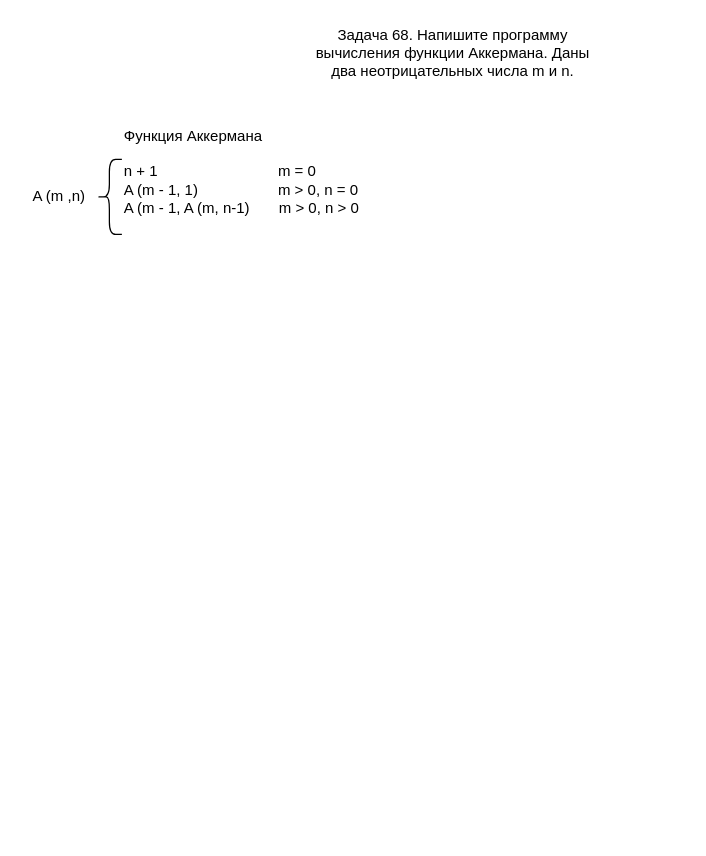
Earlier version of the draw.io diagram ex68/diag68.drawio (RomanenkoElena/Homework9). Source tidied: cells renumbered, new cells numbered last; positions are measured from the earlier drawing's top-left corner, leaving out a move shared by most shapes. Both pictures are drawn from the tidied source at 125%, with x=0, y=0 at pixel (21, 21).
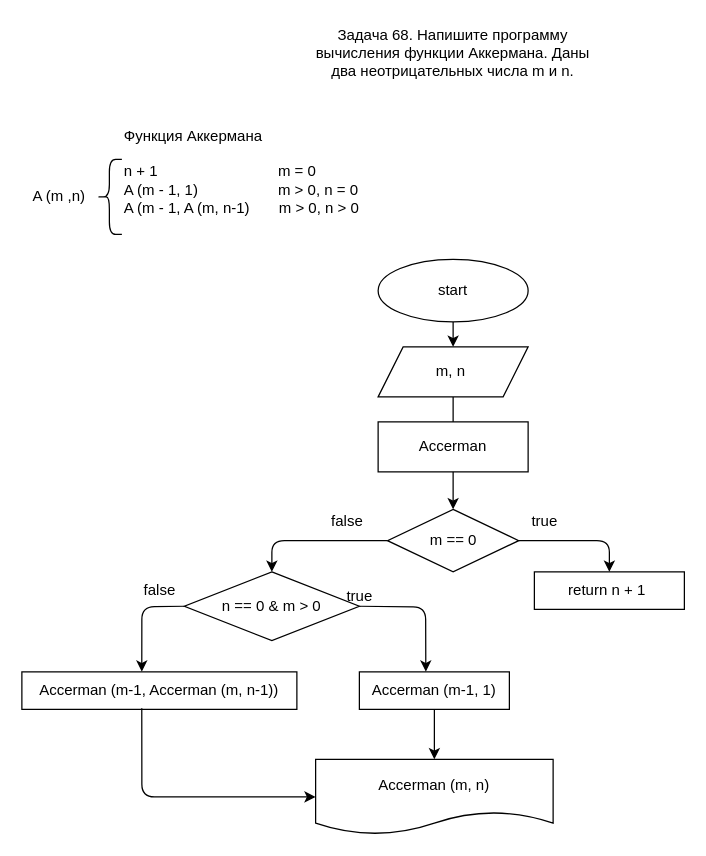
After the change.

Diff of the diagram source:
```diff
@@
+    <mxCell id="6" value="start" style="ellipse;whiteSpace=wrap;html=1;" parent="1" vertex="1">
+      <mxGeometry x="285" y="190" width="120" height="50" as="geometry" />
+    </mxCell>
+    <mxCell id="7" value="m, n&amp;nbsp;" style="shape=parallelogram;perimeter=parallelogramPerimeter;whiteSpace=wrap;html=1;fixedSize=1;" parent="1" vertex="1">
+      <mxGeometry x="285" y="260" width="120" height="40" as="geometry" />
+    </mxCell>
+    <mxCell id="8" style="endArrow=classic;html=1;entryX=0.5;entryY=0;entryDx=0;entryDy=0;exitX=0.5;exitY=1;exitDx=0;exitDy=0;" parent="1" edge="1" source="6" target="7">
+      <mxGeometry relative="1" as="geometry" />
+    </mxCell>
+    <mxCell id="9" value="m == 0" style="rhombus;whiteSpace=wrap;html=1;" parent="1" vertex="1">
+      <mxGeometry x="292.5" y="390" width="105" height="50" as="geometry" />
+    </mxCell>
+    <mxCell id="10" style="endArrow=classic;html=1;entryX=0.5;entryY=0;entryDx=0;entryDy=0;exitX=0.5;exitY=1;exitDx=0;exitDy=0;" parent="1" edge="1" source="7" target="9">
+      <mxGeometry relative="1" as="geometry" />
+    </mxCell>
+    <mxCell id="11" value="return n + 1&amp;nbsp;" style="rounded=0;whiteSpace=wrap;html=1;" parent="1" vertex="1">
+      <mxGeometry x="410" y="440" width="120" height="30" as="geometry" />
+    </mxCell>
+    <mxCell id="12" value="n == 0 &amp;amp; m &amp;gt; 0" style="rhombus;whiteSpace=wrap;html=1;" parent="1" vertex="1">
+      <mxGeometry x="130" y="440" width="140" height="55" as="geometry" />
+    </mxCell>
+    <mxCell id="13" value="Accerman" style="rounded=0;whiteSpace=wrap;html=1;" parent="1" vertex="1">
+      <mxGeometry x="285" y="320" width="120" height="40" as="geometry" />
+    </mxCell>
+    <mxCell id="14" style="endArrow=classic;html=1;entryX=0.5;entryY=0;entryDx=0;entryDy=0;exitX=1;exitY=0.5;exitDx=0;exitDy=0;" parent="1" edge="1" source="9" target="11">
+      <mxGeometry relative="1" as="geometry">
+        <Array as="points">
+          <mxPoint x="470" y="415" />
+        </Array>
+      </mxGeometry>
+    </mxCell>
+    <mxCell id="15" value="true" style="text;html=1;align=center;verticalAlign=middle;strokeColor=none;fillColor=none;" parent="1" vertex="1">
+      <mxGeometry x="397.5" y="390" width="40" height="20" as="geometry" />
+    </mxCell>
+    <mxCell id="16" style="endArrow=classic;html=1;entryX=0.5;entryY=0;entryDx=0;entryDy=0;exitX=0;exitY=0.5;exitDx=0;exitDy=0;" parent="1" edge="1" source="9" target="12">
+      <mxGeometry relative="1" as="geometry">
+        <Array as="points">
+          <mxPoint x="200" y="415" />
+        </Array>
+      </mxGeometry>
+    </mxCell>
+    <mxCell id="17" value="false" style="text;html=1;align=center;verticalAlign=middle;strokeColor=none;fillColor=none;" parent="1" vertex="1">
+      <mxGeometry x="240" y="390" width="40" height="20" as="geometry" />
+    </mxCell>
+    <mxCell id="18" value="Accerman (m-1, 1)" style="rounded=0;whiteSpace=wrap;html=1;" parent="1" vertex="1">
+      <mxGeometry x="270" y="520" width="120" height="30" as="geometry" />
+    </mxCell>
+    <mxCell id="19" style="endArrow=classic;html=1;entryX=0.443;entryY=-0.006;entryDx=0;entryDy=0;entryPerimeter=0;exitX=1;exitY=0.5;exitDx=0;exitDy=0;" parent="1" edge="1" source="12" target="18">
+      <mxGeometry relative="1" as="geometry">
+        <Array as="points">
+          <mxPoint x="323" y="468" />
+        </Array>
+      </mxGeometry>
+    </mxCell>
+    <mxCell id="20" value="true" style="text;html=1;align=center;verticalAlign=middle;strokeColor=none;fillColor=none;" parent="1" vertex="1">
+      <mxGeometry x="250" y="450" width="40" height="20" as="geometry" />
+    </mxCell>
+    <mxCell id="21" value="Accerman (m-1, Accerman (m, n-1))" style="rounded=0;whiteSpace=wrap;html=1;" parent="1" vertex="1">
+      <mxGeometry y="520" width="220" height="30" as="geometry" />
+    </mxCell>
+    <mxCell id="22" style="endArrow=classic;html=1;entryX=0.436;entryY=-0.006;entryDx=0;entryDy=0;entryPerimeter=0;exitX=0;exitY=0.5;exitDx=0;exitDy=0;" parent="1" edge="1" source="12" target="21">
+      <mxGeometry relative="1" as="geometry">
+        <Array as="points">
+          <mxPoint x="96" y="468" />
+        </Array>
+      </mxGeometry>
+    </mxCell>
+    <mxCell id="23" value="false" style="text;html=1;align=center;verticalAlign=middle;strokeColor=none;fillColor=none;" parent="1" vertex="1">
+      <mxGeometry x="90" y="445" width="40" height="20" as="geometry" />
+    </mxCell>
+    <mxCell id="24" value="Accerman (m, n)" style="shape=document;whiteSpace=wrap;html=1;boundedLbl=1;" parent="1" vertex="1">
+      <mxGeometry x="235" y="590" width="190" height="60" as="geometry" />
+    </mxCell>
+    <mxCell id="25" style="endArrow=classic;html=1;entryX=0;entryY=0.5;entryDx=0;entryDy=0;exitX=0.436;exitY=0.968;exitDx=0;exitDy=0;exitPerimeter=0;" parent="1" edge="1" source="21" target="24">
+      <mxGeometry relative="1" as="geometry">
+        <Array as="points">
+          <mxPoint x="96" y="620" />
+        </Array>
+      </mxGeometry>
+    </mxCell>
+    <mxCell id="26" style="endArrow=classic;html=1;entryX=0.5;entryY=0;entryDx=0;entryDy=0;exitX=0.5;exitY=1;exitDx=0;exitDy=0;" parent="1" edge="1" source="18" target="24">
+      <mxGeometry relative="1" as="geometry" />
+    </mxCell>
```
